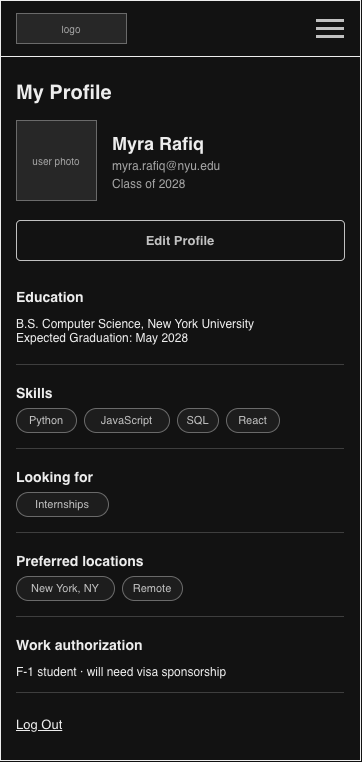
Earlier version of the draw.io export ux-design/wireframes-20-profile.drawio.png (agile-students-fall2026/CareerHive). Source tidied: cells renumbered, new cells last; positions are measured from the earlier drawing's top-left corner, leaving out a move shared by most shapes.
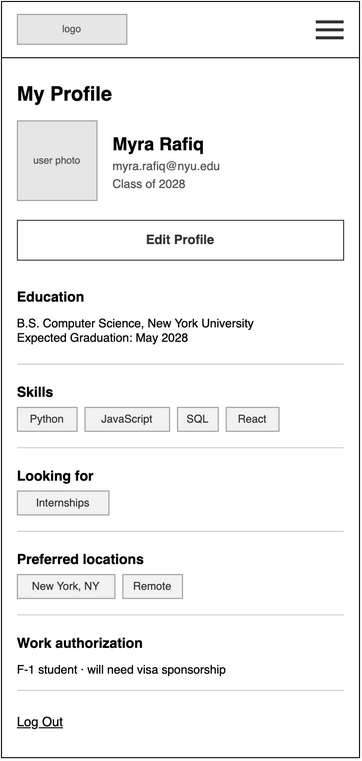
Above is the later version.

The edit, as a diff of the source:
```diff
@@ -17,85 +17,85 @@
     <mxCell id="6" style="html=1;whiteSpace=wrap;fontFamily=Helvetica;rounded=0;fillColor=#333333;strokeColor=none;" parent="1" vertex="1">
       <mxGeometry x="316" y="35" width="28" height="3" as="geometry" />
     </mxCell>
-    <mxCell id="7" style="html=1;whiteSpace=wrap;fontFamily=Helvetica;fillColor=#000000;strokeColor=none;" parent="1" vertex="1">
+    <mxCell id="7" style="html=1;whiteSpace=wrap;fontFamily=Helvetica;fillColor=#000000;strokeColor=none;rounded=0;" parent="1" vertex="1">
       <mxGeometry y="56" width="360" height="1" as="geometry" />
     </mxCell>
-    <mxCell id="8" value="My Profile" style="html=1;whiteSpace=wrap;fontFamily=Helvetica;text;strokeColor=none;fillColor=none;spacing=0;overflow=visible;fontSize=20;fontStyle=1;fontColor=#000000;align=left;verticalAlign=top;" parent="1" vertex="1">
+    <mxCell id="8" value="My Profile" style="html=1;whiteSpace=wrap;fontFamily=Helvetica;text;strokeColor=none;fillColor=none;spacing=0;overflow=visible;fontSize=20;fontStyle=1;fontColor=#000000;align=left;verticalAlign=top;rounded=0;" parent="1" vertex="1">
       <mxGeometry x="16" y="76" width="328" height="28" as="geometry" />
     </mxCell>
     <mxCell id="9" value="user photo" style="html=1;whiteSpace=wrap;fontFamily=Helvetica;rounded=0;fillColor=#E6E6E6;strokeColor=#999999;fontColor=#555555;fontSize=10;" parent="1" vertex="1">
       <mxGeometry x="16" y="120" width="80" height="80" as="geometry" />
     </mxCell>
-    <mxCell id="10" value="Myra Rafiq" style="html=1;whiteSpace=wrap;fontFamily=Helvetica;text;strokeColor=none;fillColor=none;spacing=0;overflow=visible;fontSize=18;fontStyle=1;fontColor=#000000;align=left;verticalAlign=top;" parent="1" vertex="1">
+    <mxCell id="10" value="Myra Rafiq" style="html=1;whiteSpace=wrap;fontFamily=Helvetica;text;strokeColor=none;fillColor=none;spacing=0;overflow=visible;fontSize=18;fontStyle=1;fontColor=#000000;align=left;verticalAlign=top;rounded=0;" parent="1" vertex="1">
       <mxGeometry x="112" y="128" width="232" height="22" as="geometry" />
     </mxCell>
-    <mxCell id="11" value="myra.rafiq@nyu.edu" style="html=1;whiteSpace=wrap;fontFamily=Helvetica;text;strokeColor=none;fillColor=none;spacing=0;overflow=visible;fontSize=12;fontStyle=0;fontColor=#555555;align=left;verticalAlign=top;" parent="1" vertex="1">
+    <mxCell id="11" value="myra.rafiq@nyu.edu" style="html=1;whiteSpace=wrap;fontFamily=Helvetica;text;strokeColor=none;fillColor=none;spacing=0;overflow=visible;fontSize=12;fontStyle=0;fontColor=#555555;align=left;verticalAlign=top;rounded=0;" parent="1" vertex="1">
       <mxGeometry x="112" y="154" width="232" height="16" as="geometry" />
     </mxCell>
-    <mxCell id="12" value="Class of 2028" style="html=1;whiteSpace=wrap;fontFamily=Helvetica;text;strokeColor=none;fillColor=none;spacing=0;overflow=visible;fontSize=12;fontStyle=0;fontColor=#555555;align=left;verticalAlign=top;" parent="1" vertex="1">
+    <mxCell id="12" value="Class of 2028" style="html=1;whiteSpace=wrap;fontFamily=Helvetica;text;strokeColor=none;fillColor=none;spacing=0;overflow=visible;fontSize=12;fontStyle=0;fontColor=#555555;align=left;verticalAlign=top;rounded=0;" parent="1" vertex="1">
       <mxGeometry x="112" y="172" width="232" height="16" as="geometry" />
     </mxCell>
-    <mxCell id="13" value="Edit Profile" style="html=1;whiteSpace=wrap;fontFamily=Helvetica;rounded=1;arcSize=10;fontSize=13;fontStyle=1;fillColor=#FFFFFF;strokeColor=#333333;fontColor=#333333;" parent="1" vertex="1">
+    <mxCell id="13" value="Edit Profile" style="html=1;whiteSpace=wrap;fontFamily=Helvetica;rounded=0;arcSize=0;fontSize=13;fontStyle=1;fillColor=#FFFFFF;strokeColor=#333333;fontColor=#333333;" parent="1" vertex="1">
       <mxGeometry x="16" y="220" width="328" height="40" as="geometry" />
     </mxCell>
-    <mxCell id="14" value="Education" style="html=1;whiteSpace=wrap;fontFamily=Helvetica;text;strokeColor=none;fillColor=none;spacing=0;overflow=visible;fontSize=14;fontStyle=1;fontColor=#000000;align=left;verticalAlign=top;" parent="1" vertex="1">
+    <mxCell id="14" value="Education" style="html=1;whiteSpace=wrap;fontFamily=Helvetica;text;strokeColor=none;fillColor=none;spacing=0;overflow=visible;fontSize=14;fontStyle=1;fontColor=#000000;align=left;verticalAlign=top;rounded=0;" parent="1" vertex="1">
       <mxGeometry x="16" y="284" width="328" height="18" as="geometry" />
     </mxCell>
-    <mxCell id="15" value="B.S. Computer Science, New York University&lt;br&gt;Expected Graduation: May 2028" style="html=1;whiteSpace=wrap;fontFamily=Helvetica;text;strokeColor=none;fillColor=none;spacing=0;overflow=visible;fontSize=12;fontStyle=0;fontColor=#000000;align=left;verticalAlign=top;" parent="1" vertex="1">
+    <mxCell id="15" value="B.S. Computer Science, New York University&lt;br&gt;Expected Graduation: May 2028" style="html=1;whiteSpace=wrap;fontFamily=Helvetica;text;strokeColor=none;fillColor=none;spacing=0;overflow=visible;fontSize=12;fontStyle=0;fontColor=#000000;align=left;verticalAlign=top;rounded=0;" parent="1" vertex="1">
       <mxGeometry x="16" y="312" width="328" height="36" as="geometry" />
     </mxCell>
     <mxCell id="16" style="html=1;whiteSpace=wrap;fontFamily=Helvetica;rounded=0;fillColor=#CCCCCC;strokeColor=none;" parent="1" vertex="1">
       <mxGeometry x="16" y="364" width="328" height="1" as="geometry" />
     </mxCell>
-    <mxCell id="17" value="Skills" style="html=1;whiteSpace=wrap;fontFamily=Helvetica;text;strokeColor=none;fillColor=none;spacing=0;overflow=visible;fontSize=14;fontStyle=1;fontColor=#000000;align=left;verticalAlign=top;" parent="1" vertex="1">
+    <mxCell id="17" value="Skills" style="html=1;whiteSpace=wrap;fontFamily=Helvetica;text;strokeColor=none;fillColor=none;spacing=0;overflow=visible;fontSize=14;fontStyle=1;fontColor=#000000;align=left;verticalAlign=top;rounded=0;" parent="1" vertex="1">
       <mxGeometry x="16" y="380" width="328" height="18" as="geometry" />
     </mxCell>
-    <mxCell id="18" value="Python" style="html=1;whiteSpace=wrap;fontFamily=Helvetica;rounded=1;arcSize=50;fontSize=11;fillColor=#F2F2F2;strokeColor=#999999;fontColor=#333333;" parent="1" vertex="1">
+    <mxCell id="18" value="Python" style="html=1;whiteSpace=wrap;fontFamily=Helvetica;rounded=0;arcSize=0;fontSize=11;fillColor=#F2F2F2;strokeColor=#999999;fontColor=#333333;" parent="1" vertex="1">
       <mxGeometry x="16" y="408" width="60" height="24" as="geometry" />
     </mxCell>
-    <mxCell id="19" value="JavaScript" style="html=1;whiteSpace=wrap;fontFamily=Helvetica;rounded=1;arcSize=50;fontSize=11;fillColor=#F2F2F2;strokeColor=#999999;fontColor=#333333;" parent="1" vertex="1">
+    <mxCell id="19" value="JavaScript" style="html=1;whiteSpace=wrap;fontFamily=Helvetica;rounded=0;arcSize=0;fontSize=11;fillColor=#F2F2F2;strokeColor=#999999;fontColor=#333333;" parent="1" vertex="1">
       <mxGeometry x="84" y="408" width="85" height="24" as="geometry" />
     </mxCell>
-    <mxCell id="20" value="SQL" style="html=1;whiteSpace=wrap;fontFamily=Helvetica;rounded=1;arcSize=50;fontSize=11;fillColor=#F2F2F2;strokeColor=#999999;fontColor=#333333;" parent="1" vertex="1">
+    <mxCell id="20" value="SQL" style="html=1;whiteSpace=wrap;fontFamily=Helvetica;rounded=0;arcSize=0;fontSize=11;fillColor=#F2F2F2;strokeColor=#999999;fontColor=#333333;" parent="1" vertex="1">
       <mxGeometry x="177" y="408" width="41" height="24" as="geometry" />
     </mxCell>
-    <mxCell id="21" value="React" style="html=1;whiteSpace=wrap;fontFamily=Helvetica;rounded=1;arcSize=50;fontSize=11;fillColor=#F2F2F2;strokeColor=#999999;fontColor=#333333;" parent="1" vertex="1">
+    <mxCell id="21" value="React" style="html=1;whiteSpace=wrap;fontFamily=Helvetica;rounded=0;arcSize=0;fontSize=11;fillColor=#F2F2F2;strokeColor=#999999;fontColor=#333333;" parent="1" vertex="1">
       <mxGeometry x="226" y="408" width="53" height="24" as="geometry" />
     </mxCell>
     <mxCell id="22" style="html=1;whiteSpace=wrap;fontFamily=Helvetica;rounded=0;fillColor=#CCCCCC;strokeColor=none;" parent="1" vertex="1">
       <mxGeometry x="16" y="448" width="328" height="1" as="geometry" />
     </mxCell>
-    <mxCell id="23" value="Looking for" style="html=1;whiteSpace=wrap;fontFamily=Helvetica;text;strokeColor=none;fillColor=none;spacing=0;overflow=visible;fontSize=14;fontStyle=1;fontColor=#000000;align=left;verticalAlign=top;" parent="1" vertex="1">
+    <mxCell id="23" value="Looking for" style="html=1;whiteSpace=wrap;fontFamily=Helvetica;text;strokeColor=none;fillColor=none;spacing=0;overflow=visible;fontSize=14;fontStyle=1;fontColor=#000000;align=left;verticalAlign=top;rounded=0;" parent="1" vertex="1">
       <mxGeometry x="16" y="464" width="328" height="18" as="geometry" />
     </mxCell>
-    <mxCell id="24" value="Internships" style="html=1;whiteSpace=wrap;fontFamily=Helvetica;rounded=1;arcSize=50;fontSize=11;fillColor=#F2F2F2;strokeColor=#999999;fontColor=#333333;" parent="1" vertex="1">
+    <mxCell id="24" value="Internships" style="html=1;whiteSpace=wrap;fontFamily=Helvetica;rounded=0;arcSize=0;fontSize=11;fillColor=#F2F2F2;strokeColor=#999999;fontColor=#333333;" parent="1" vertex="1">
       <mxGeometry x="16" y="492" width="92" height="24" as="geometry" />
     </mxCell>
     <mxCell id="25" style="html=1;whiteSpace=wrap;fontFamily=Helvetica;rounded=0;fillColor=#CCCCCC;strokeColor=none;" parent="1" vertex="1">
       <mxGeometry x="16" y="532" width="328" height="1" as="geometry" />
     </mxCell>
-    <mxCell id="26" value="Preferred locations" style="html=1;whiteSpace=wrap;fontFamily=Helvetica;text;strokeColor=none;fillColor=none;spacing=0;overflow=visible;fontSize=14;fontStyle=1;fontColor=#000000;align=left;verticalAlign=top;" parent="1" vertex="1">
+    <mxCell id="26" value="Preferred locations" style="html=1;whiteSpace=wrap;fontFamily=Helvetica;text;strokeColor=none;fillColor=none;spacing=0;overflow=visible;fontSize=14;fontStyle=1;fontColor=#000000;align=left;verticalAlign=top;rounded=0;" parent="1" vertex="1">
       <mxGeometry x="16" y="548" width="328" height="18" as="geometry" />
     </mxCell>
-    <mxCell id="27" value="New York, NY" style="html=1;whiteSpace=wrap;fontFamily=Helvetica;rounded=1;arcSize=50;fontSize=11;fillColor=#F2F2F2;strokeColor=#999999;fontColor=#333333;" parent="1" vertex="1">
+    <mxCell id="27" value="New York, NY" style="html=1;whiteSpace=wrap;fontFamily=Helvetica;rounded=0;arcSize=0;fontSize=11;fillColor=#F2F2F2;strokeColor=#999999;fontColor=#333333;" parent="1" vertex="1">
       <mxGeometry x="16" y="576" width="98" height="24" as="geometry" />
     </mxCell>
-    <mxCell id="28" value="Remote" style="html=1;whiteSpace=wrap;fontFamily=Helvetica;rounded=1;arcSize=50;fontSize=11;fillColor=#F2F2F2;strokeColor=#999999;fontColor=#333333;" parent="1" vertex="1">
+    <mxCell id="28" value="Remote" style="html=1;whiteSpace=wrap;fontFamily=Helvetica;rounded=0;arcSize=0;fontSize=11;fillColor=#F2F2F2;strokeColor=#999999;fontColor=#333333;" parent="1" vertex="1">
       <mxGeometry x="122" y="576" width="60" height="24" as="geometry" />
     </mxCell>
     <mxCell id="29" style="html=1;whiteSpace=wrap;fontFamily=Helvetica;rounded=0;fillColor=#CCCCCC;strokeColor=none;" parent="1" vertex="1">
       <mxGeometry x="16" y="616" width="328" height="1" as="geometry" />
     </mxCell>
-    <mxCell id="30" value="Work authorization" style="html=1;whiteSpace=wrap;fontFamily=Helvetica;text;strokeColor=none;fillColor=none;spacing=0;overflow=visible;fontSize=14;fontStyle=1;fontColor=#000000;align=left;verticalAlign=top;" parent="1" vertex="1">
+    <mxCell id="30" value="Work authorization" style="html=1;whiteSpace=wrap;fontFamily=Helvetica;text;strokeColor=none;fillColor=none;spacing=0;overflow=visible;fontSize=14;fontStyle=1;fontColor=#000000;align=left;verticalAlign=top;rounded=0;" parent="1" vertex="1">
       <mxGeometry x="16" y="632" width="328" height="18" as="geometry" />
     </mxCell>
-    <mxCell id="31" value="F-1 student &amp;middot; will need visa sponsorship" style="html=1;whiteSpace=wrap;fontFamily=Helvetica;text;strokeColor=none;fillColor=none;spacing=0;overflow=visible;fontSize=12;fontStyle=0;fontColor=#000000;align=left;verticalAlign=top;" parent="1" vertex="1">
+    <mxCell id="31" value="F-1 student &amp;middot; will need visa sponsorship" style="html=1;whiteSpace=wrap;fontFamily=Helvetica;text;strokeColor=none;fillColor=none;spacing=0;overflow=visible;fontSize=12;fontStyle=0;fontColor=#000000;align=left;verticalAlign=top;rounded=0;" parent="1" vertex="1">
       <mxGeometry x="16" y="660" width="328" height="16" as="geometry" />
     </mxCell>
     <mxCell id="32" style="html=1;whiteSpace=wrap;fontFamily=Helvetica;rounded=0;fillColor=#CCCCCC;strokeColor=none;" parent="1" vertex="1">
       <mxGeometry x="16" y="692" width="328" height="1" as="geometry" />
     </mxCell>
-    <mxCell id="33" value="Log Out" style="html=1;whiteSpace=wrap;fontFamily=Helvetica;text;strokeColor=none;fillColor=none;spacing=0;overflow=visible;fontSize=13;fontStyle=4;fontColor=#000000;align=left;verticalAlign=top;" parent="1" vertex="1">
+    <mxCell id="33" value="Log Out" style="html=1;whiteSpace=wrap;fontFamily=Helvetica;text;strokeColor=none;fillColor=none;spacing=0;overflow=visible;fontSize=13;fontStyle=4;fontColor=#000000;align=left;verticalAlign=top;rounded=0;" parent="1" vertex="1">
       <mxGeometry x="16" y="712" width="328" height="18" as="geometry" />
     </mxCell>
   </root>
```
